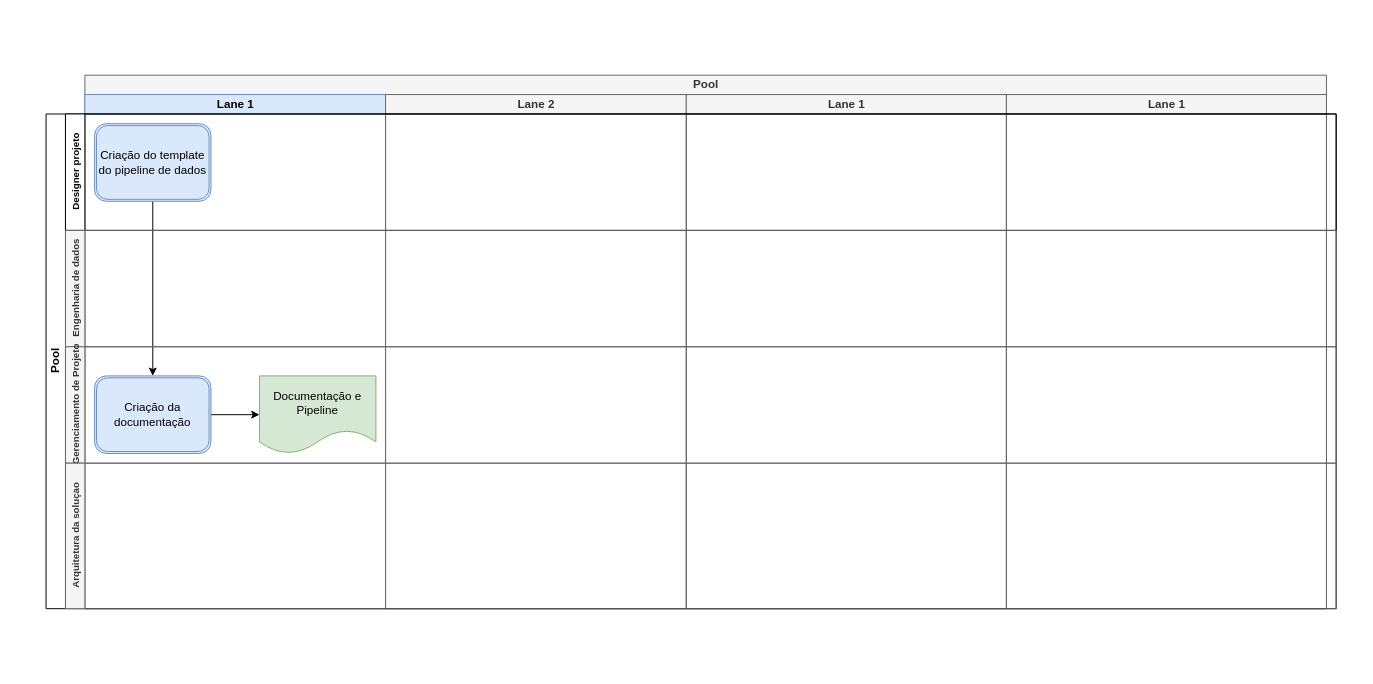
The draw.io diagram page "Page-1" (1 of 2) of img/Untitled Diagram 1.drawio in eiAlex/eialex.github.io, before the edit. Source tidied: cells renumbered, new cells numbered last; positions are measured from the earlier drawing's top-left corner, leaving out a move shared by most shapes. Both pictures are drawn from the tidied source at 97%, with x=0, y=0 at pixel (46, 75).
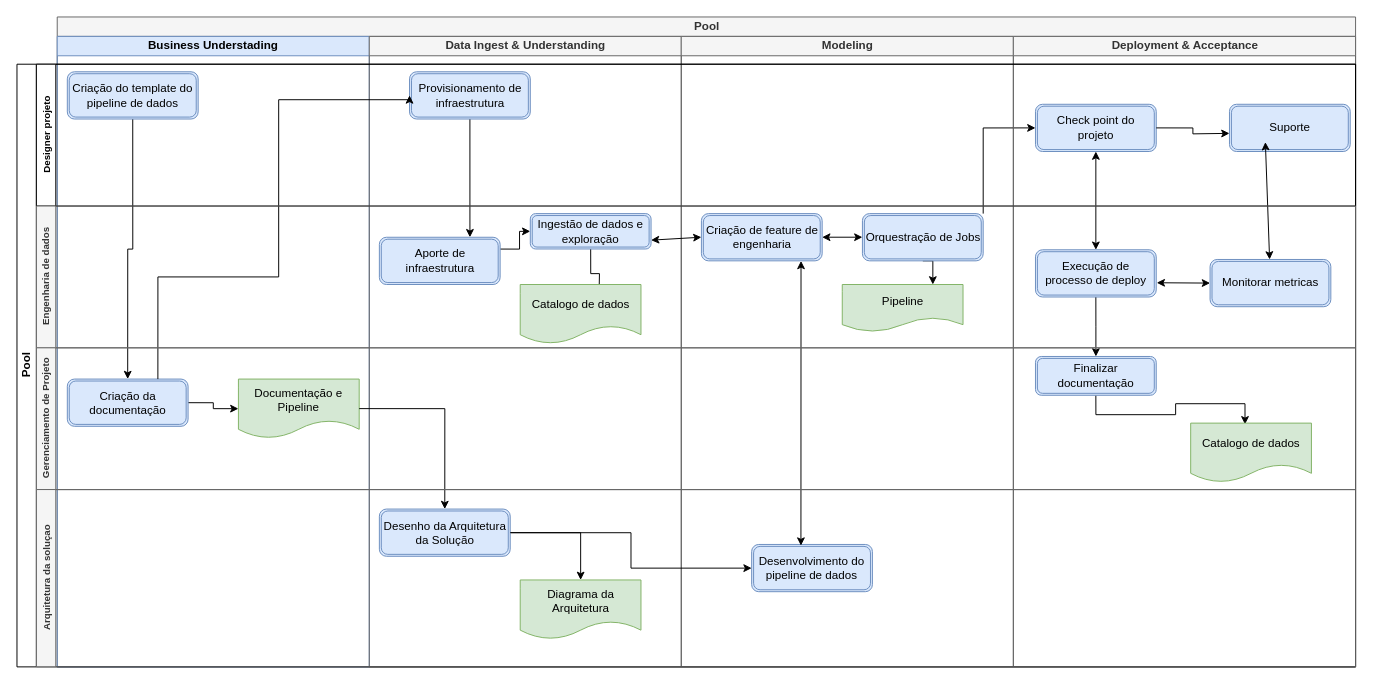
Above is the later version.

The edit, as a diff of the source:
```diff
@@
+    <mxCell id="18" style="edgeStyle=orthogonalEdgeStyle;rounded=0;jettySize=auto;html=1;exitX=0.5;exitY=1;exitDx=0;exitDy=0;" parent="1" edge="1" source="27">
+      <mxGeometry relative="1" as="geometry">
+        <mxPoint x="570" y="230" as="targetPoint" />
+      </mxGeometry>
+    </mxCell>
+    <mxCell id="19" style="group;" parent="1" vertex="1">
+      <mxGeometry x="-30" y="-60" width="1380" height="670" as="geometry" />
+    </mxCell>
-    <mxCell id="3" value="Pool" style="swimlane;html=1;startSize=20;fillColor=#f5f5f5;strokeColor=#666666;fontColor=#333333;" parent="1" vertex="1">
-      <mxGeometry x="40" width="1280" height="550" as="geometry" />
+    <mxCell id="3" value="Pool" style="swimlane;html=1;startSize=20;fillColor=#f5f5f5;strokeColor=#666666;fontColor=#333333;" parent="19" vertex="1">
+      <mxGeometry x="41.5" width="1338.5" height="670" as="geometry" />
     </mxCell>
-    <mxCell id="4" value="Lane 1" style="swimlane;html=1;startSize=20;fillColor=#dae8fc;strokeColor=#6c8ebf;" parent="3" vertex="1">
-      <mxGeometry y="20" width="310" height="530" as="geometry" />
+    <mxCell id="4" value="Business Understading" style="swimlane;html=1;startSize=20;fillColor=#dae8fc;strokeColor=#6c8ebf;" parent="3" vertex="1">
+      <mxGeometry y="20" width="321.7" height="650" as="geometry" />
     </mxCell>
@@
     <mxCell id="6" value="&lt;span&gt;Criação do template do pipeline de dados&lt;/span&gt;" style="shape=ext;double=1;rounded=1;whiteSpace=wrap;html=1;fillColor=#dae8fc;strokeColor=#6c8ebf;" parent="4" vertex="1">
-      <mxGeometry x="10" y="30" width="120" height="80" as="geometry" />
+      <mxGeometry x="10.4" y="36.5" width="134.9" height="48.7" as="geometry" />
     </mxCell>
@@
     <mxCell id="8" value="&lt;span&gt;Criação da documentação&lt;/span&gt;" style="shape=ext;double=1;rounded=1;whiteSpace=wrap;html=1;fillColor=#dae8fc;strokeColor=#6c8ebf;" parent="4" vertex="1">
-      <mxGeometry x="10" y="290" width="120" height="80" as="geometry" />
+      <mxGeometry x="10.4" y="353.3" width="124.5" height="48.7" as="geometry" />
     </mxCell>
     <mxCell id="9" value="Documentação e Pipeline" style="shape=document;whiteSpace=wrap;html=1;boundedLbl=1;fillColor=#d5e8d4;strokeColor=#82b366;" parent="4" vertex="1">
-      <mxGeometry x="180" y="290" width="120" height="80" as="geometry" />
+      <mxGeometry x="186.8" y="353.3" width="124.5" height="60.9" as="geometry" />
     </mxCell>
-    <mxCell id="10" value="Lane 2" style="swimlane;html=1;startSize=20;fillColor=#f5f5f5;strokeColor=#666666;fontColor=#333333;" parent="3" vertex="1">
-      <mxGeometry x="310" y="20" width="310" height="530" as="geometry" />
+    <mxCell id="10" value="Data Ingest &amp;amp; Understanding" style="swimlane;html=1;startSize=20;fillColor=#f5f5f5;strokeColor=#666666;fontColor=#333333;" parent="3" vertex="1">
+      <mxGeometry x="321.7" y="20" width="321.7" height="650" as="geometry" />
     </mxCell>
+    <mxCell id="20" style="edgeStyle=orthogonalEdgeStyle;rounded=0;jettySize=auto;html=1;exitX=1;exitY=0.5;exitDx=0;exitDy=0;" parent="10" edge="1" source="21" target="28">
+      <mxGeometry relative="1" as="geometry" />
+    </mxCell>
+    <mxCell id="21" value="&lt;span&gt;Desenho da Arquitetura da Solução&lt;/span&gt;" style="shape=ext;double=1;rounded=1;whiteSpace=wrap;html=1;fillColor=#dae8fc;strokeColor=#6c8ebf;" parent="10" vertex="1">
+      <mxGeometry x="10.4" y="487.3" width="134.9" height="48.7" as="geometry" />
+    </mxCell>
+    <mxCell id="22" style="edgeStyle=orthogonalEdgeStyle;rounded=0;jettySize=auto;html=1;exitX=0.5;exitY=1;exitDx=0;exitDy=0;entryX=0.75;entryY=0;entryDx=0;entryDy=0;" parent="10" edge="1" source="23" target="25">
+      <mxGeometry relative="1" as="geometry" />
+    </mxCell>
+    <mxCell id="23" value="&lt;span&gt;Provisionamento de infraestrutura&lt;/span&gt;" style="shape=ext;double=1;rounded=1;whiteSpace=wrap;html=1;fillColor=#dae8fc;strokeColor=#6c8ebf;" parent="10" vertex="1">
+      <mxGeometry x="41.5" y="36.5" width="124.5" height="48.7" as="geometry" />
+    </mxCell>
+    <mxCell id="24" style="edgeStyle=orthogonalEdgeStyle;rounded=0;jettySize=auto;html=1;exitX=1;exitY=0.25;exitDx=0;exitDy=0;" parent="10" edge="1" source="25" target="27">
+      <mxGeometry relative="1" as="geometry" />
+    </mxCell>
+    <mxCell id="25" value="Aporte de infraestrutura" style="shape=ext;double=1;rounded=1;whiteSpace=wrap;html=1;fillColor=#dae8fc;strokeColor=#6c8ebf;" parent="10" vertex="1">
+      <mxGeometry x="10.4" y="207.1" width="124.5" height="48.7" as="geometry" />
+    </mxCell>
+    <mxCell id="26" value="Catalogo de dados" style="shape=document;whiteSpace=wrap;html=1;boundedLbl=1;fillColor=#d5e8d4;strokeColor=#82b366;" parent="10" vertex="1">
+      <mxGeometry x="155.6" y="255.8" width="124.5" height="60.9" as="geometry" />
+    </mxCell>
+    <mxCell id="27" value="&lt;span&gt;Ingestão de dados e exploração&lt;/span&gt;" style="shape=ext;double=1;rounded=1;whiteSpace=wrap;html=1;fillColor=#dae8fc;strokeColor=#6c8ebf;" parent="10" vertex="1">
+      <mxGeometry x="166" y="182.7" width="124.5" height="36.5" as="geometry" />
+    </mxCell>
+    <mxCell id="28" value="Diagrama da Arquitetura" style="shape=document;whiteSpace=wrap;html=1;boundedLbl=1;fillColor=#d5e8d4;strokeColor=#82b366;" parent="10" vertex="1">
+      <mxGeometry x="155.6" y="560.4" width="124.5" height="60.9" as="geometry" />
+    </mxCell>
-    <mxCell id="11" value="Lane 1" style="swimlane;html=1;startSize=20;fillColor=#f5f5f5;strokeColor=#666666;fontColor=#333333;" parent="3" vertex="1">
-      <mxGeometry x="620" y="20" width="330" height="530" as="geometry" />
+    <mxCell id="11" value="Modeling" style="swimlane;html=1;startSize=20;fillColor=#f5f5f5;strokeColor=#666666;fontColor=#333333;" parent="3" vertex="1">
+      <mxGeometry x="643.3" y="20" width="342.4" height="650" as="geometry" />
     </mxCell>
+    <mxCell id="29" value="&lt;span&gt;Desenvolvimento do pipeline de dados&lt;/span&gt;" style="shape=ext;double=1;rounded=1;whiteSpace=wrap;html=1;fillColor=#dae8fc;strokeColor=#6c8ebf;" parent="11" vertex="1">
+      <mxGeometry x="72.6" y="523.8" width="124.5" height="48.7" as="geometry" />
+    </mxCell>
+    <mxCell id="30" value="Criação de feature de engenharia" style="shape=ext;double=1;rounded=1;whiteSpace=wrap;html=1;fillColor=#dae8fc;strokeColor=#6c8ebf;" parent="11" vertex="1">
+      <mxGeometry x="20.8" y="182.7" width="124.5" height="48.7" as="geometry" />
+    </mxCell>
+    <mxCell id="31" value="Pipeline" style="shape=document;whiteSpace=wrap;html=1;boundedLbl=1;fillColor=#d5e8d4;strokeColor=#82b366;" parent="11" vertex="1">
+      <mxGeometry x="166" y="255.8" width="124.5" height="48.7" as="geometry" />
+    </mxCell>
+    <mxCell id="32" style="endArrow=classic;startArrow=classic;html=1;entryX=0;entryY=0.5;entryDx=0;entryDy=0;exitX=1;exitY=0.5;exitDx=0;exitDy=0;" parent="11" edge="1" source="30" target="34">
+      <mxGeometry relative="1" as="geometry" />
+    </mxCell>
+    <mxCell id="33" style="edgeStyle=orthogonalEdgeStyle;rounded=0;jettySize=auto;html=1;exitX=0.5;exitY=1;exitDx=0;exitDy=0;entryX=0.75;entryY=0;entryDx=0;entryDy=0;" parent="11" edge="1" source="34" target="31">
+      <mxGeometry relative="1" as="geometry" />
+    </mxCell>
+    <mxCell id="34" value="&lt;span&gt;Orquestração de Jobs&lt;/span&gt;" style="shape=ext;double=1;rounded=1;whiteSpace=wrap;html=1;fillColor=#dae8fc;strokeColor=#6c8ebf;" parent="11" vertex="1">
+      <mxGeometry x="186.8" y="182.7" width="124.5" height="48.7" as="geometry" />
+    </mxCell>
+    <mxCell id="35" style="endArrow=classic;startArrow=classic;html=1;exitX=0.408;exitY=0.025;exitDx=0;exitDy=0;exitPerimeter=0;" parent="11" edge="1" source="29">
+      <mxGeometry relative="1" as="geometry">
+        <mxPoint x="123.5" y="231.5" as="targetPoint" />
+      </mxGeometry>
+    </mxCell>
+    <mxCell id="36" style="edgeStyle=orthogonalEdgeStyle;rounded=0;jettySize=auto;html=1;exitX=1;exitY=0.5;exitDx=0;exitDy=0;entryX=0.5;entryY=0;entryDx=0;entryDy=0;" parent="3" edge="1" source="9" target="21">
+      <mxGeometry relative="1" as="geometry" />
+    </mxCell>
+    <mxCell id="37" style="edgeStyle=orthogonalEdgeStyle;rounded=0;jettySize=auto;html=1;exitX=1;exitY=0.5;exitDx=0;exitDy=0;" parent="3" edge="1" source="21" target="29">
+      <mxGeometry relative="1" as="geometry" />
+    </mxCell>
+    <mxCell id="38" style="edgeStyle=orthogonalEdgeStyle;rounded=0;jettySize=auto;html=1;exitX=0.75;exitY=0;exitDx=0;exitDy=0;entryX=0;entryY=0.5;entryDx=0;entryDy=0;" parent="3" edge="1" source="8" target="23">
+      <mxGeometry relative="1" as="geometry">
+        <Array as="points">
+          <mxPoint x="103.8" y="268" />
+          <mxPoint x="228.3" y="268" />
+          <mxPoint x="228.3" y="85.3" />
+        </Array>
+      </mxGeometry>
+    </mxCell>
+    <mxCell id="39" style="endArrow=classic;startArrow=classic;html=1;entryX=0;entryY=0.5;entryDx=0;entryDy=0;exitX=1;exitY=0.75;exitDx=0;exitDy=0;" parent="3" edge="1" source="27" target="30">
+      <mxGeometry relative="1" as="geometry" />
+    </mxCell>
+    <mxCell id="40" style="edgeStyle=orthogonalEdgeStyle;rounded=0;jumpStyle=none;jettySize=auto;html=1;exitX=1;exitY=0;exitDx=0;exitDy=0;entryX=0;entryY=0.5;entryDx=0;entryDy=0;" parent="3" edge="1" source="34" target="45">
+      <mxGeometry relative="1" as="geometry" />
+    </mxCell>
-    <mxCell id="12" value="Lane 1" style="swimlane;html=1;startSize=20;fillColor=#f5f5f5;strokeColor=#666666;fontColor=#333333;" parent="3" vertex="1">
-      <mxGeometry x="950" y="20" width="330" height="530" as="geometry" />
+    <mxCell id="12" value="Deployment &amp;amp; Acceptance" style="swimlane;html=1;startSize=20;fillColor=#f5f5f5;strokeColor=#666666;fontColor=#333333;" parent="3" vertex="1">
+      <mxGeometry x="985.7" y="20" width="352.8" height="650" as="geometry" />
     </mxCell>
+    <mxCell id="41" style="edgeStyle=orthogonalEdgeStyle;rounded=0;jumpStyle=none;jettySize=auto;html=1;exitX=0.5;exitY=1;exitDx=0;exitDy=0;" parent="12" edge="1" source="42" target="44">
+      <mxGeometry relative="1" as="geometry" />
+    </mxCell>
+    <mxCell id="42" value="&lt;span&gt;Execução de processo de deploy&lt;/span&gt;" style="shape=ext;double=1;rounded=1;whiteSpace=wrap;html=1;fillColor=#dae8fc;strokeColor=#6c8ebf;" parent="12" vertex="1">
+      <mxGeometry x="22.8" y="220" width="124.5" height="48.7" as="geometry" />
+    </mxCell>
+    <mxCell id="43" style="edgeStyle=orthogonalEdgeStyle;rounded=0;jumpStyle=none;jettySize=auto;html=1;exitX=0.5;exitY=1;exitDx=0;exitDy=0;entryX=0.45;entryY=0.021;entryDx=0;entryDy=0;entryPerimeter=0;" parent="12" edge="1" source="44" target="46">
+      <mxGeometry relative="1" as="geometry" />
+    </mxCell>
+    <mxCell id="44" value="Finalizar documentação" style="shape=ext;double=1;rounded=1;whiteSpace=wrap;html=1;fillColor=#dae8fc;strokeColor=#6c8ebf;" parent="12" vertex="1">
+      <mxGeometry x="22.8" y="330" width="124.5" height="40" as="geometry" />
+    </mxCell>
+    <mxCell id="45" value="Check point do projeto" style="shape=ext;double=1;rounded=1;whiteSpace=wrap;html=1;fillColor=#dae8fc;strokeColor=#6c8ebf;" parent="12" vertex="1">
+      <mxGeometry x="22.8" y="70" width="124.5" height="48.7" as="geometry" />
+    </mxCell>
+    <mxCell id="46" value="Catalogo de dados" style="shape=document;whiteSpace=wrap;html=1;boundedLbl=1;fillColor=#d5e8d4;strokeColor=#82b366;" parent="12" vertex="1">
+      <mxGeometry x="182.8" y="398.7" width="124.5" height="60.9" as="geometry" />
+    </mxCell>
+    <mxCell id="47" value="&lt;span&gt;Monitorar metricas&lt;/span&gt;" style="shape=ext;double=1;rounded=1;whiteSpace=wrap;html=1;fillColor=#dae8fc;strokeColor=#6c8ebf;" parent="12" vertex="1">
+      <mxGeometry x="202.8" y="230" width="124.5" height="48.7" as="geometry" />
+    </mxCell>
+    <mxCell id="48" value="Suporte" style="shape=ext;double=1;rounded=1;whiteSpace=wrap;html=1;fillColor=#dae8fc;strokeColor=#6c8ebf;" parent="12" vertex="1">
+      <mxGeometry x="222.8" y="70" width="124.5" height="48.7" as="geometry" />
+    </mxCell>
+    <mxCell id="49" style="endArrow=classic;startArrow=classic;html=1;exitX=0.5;exitY=1;exitDx=0;exitDy=0;" parent="12" edge="1" source="45" target="42">
+      <mxGeometry relative="1" as="geometry" />
+    </mxCell>
+    <mxCell id="50" style="endArrow=classic;startArrow=classic;html=1;" parent="12" edge="1" source="47">
+      <mxGeometry relative="1" as="geometry">
+        <mxPoint x="259.8" y="109" as="targetPoint" />
+      </mxGeometry>
+    </mxCell>
+    <mxCell id="51" style="endArrow=classic;startArrow=classic;html=1;entryX=0;entryY=0.5;entryDx=0;entryDy=0;" parent="12" edge="1" target="47">
+      <mxGeometry relative="1" as="geometry">
+        <mxPoint x="147.8" y="254" as="sourcePoint" />
+      </mxGeometry>
+    </mxCell>
-    <mxCell id="13" value="Pool" style="swimlane;html=1;horizontal=0;startSize=20;" parent="1" vertex="1">
-      <mxGeometry y="40" width="1330" height="510" as="geometry" />
+    <mxCell id="13" value="Pool" style="swimlane;html=1;horizontal=0;startSize=20;" parent="19" vertex="1">
+      <mxGeometry y="48.7" width="1380" height="621.3" as="geometry" />
     </mxCell>
     <mxCell id="14" value="&lt;font style=&quot;font-size: 10px&quot;&gt;Designer projeto&lt;/font&gt;" style="swimlane;html=1;startSize=20;horizontal=0;" parent="13" vertex="1">
-      <mxGeometry x="20" width="1310" height="120" as="geometry" />
+      <mxGeometry x="20" width="1360" height="146.2" as="geometry" />
     </mxCell>
     <mxCell id="15" value="&lt;font style=&quot;font-size: 10px&quot;&gt;Engenharia de dados&lt;/font&gt;" style="swimlane;html=1;startSize=20;horizontal=0;fillColor=#f5f5f5;strokeColor=#666666;fontColor=#333333;" parent="13" vertex="1">
-      <mxGeometry x="20" y="120" width="1310" height="120" as="geometry" />
+      <mxGeometry x="20" y="146.2" width="1360" height="146.2" as="geometry" />
     </mxCell>
     <mxCell id="16" value="&lt;font style=&quot;font-size: 10px&quot;&gt;Gerenciamento de Projeto&lt;/font&gt;" style="swimlane;html=1;startSize=20;horizontal=0;fillColor=#f5f5f5;strokeColor=#666666;fontColor=#333333;" parent="13" vertex="1">
-      <mxGeometry x="20" y="240" width="1310" height="120" as="geometry" />
+      <mxGeometry x="20" y="292.4" width="1360" height="146.2" as="geometry" />
     </mxCell>
     <mxCell id="17" value="&lt;font style=&quot;font-size: 10px&quot;&gt;Arquitetura da soluçao&lt;/font&gt;" style="swimlane;html=1;startSize=20;horizontal=0;fillColor=#f5f5f5;strokeColor=#666666;fontColor=#333333;" parent="13" vertex="1">
-      <mxGeometry x="20" y="360" width="1310" height="150" as="geometry" />
+      <mxGeometry x="20" y="438.5" width="1360" height="182.7" as="geometry" />
     </mxCell>
+    <mxCell id="52" style="edgeStyle=orthogonalEdgeStyle;rounded=0;jumpStyle=none;jettySize=auto;html=1;exitX=1;exitY=0.5;exitDx=0;exitDy=0;" parent="1" edge="1" source="45">
+      <mxGeometry relative="1" as="geometry">
+        <mxPoint x="1220" y="60" as="targetPoint" />
+      </mxGeometry>
+    </mxCell>
```
